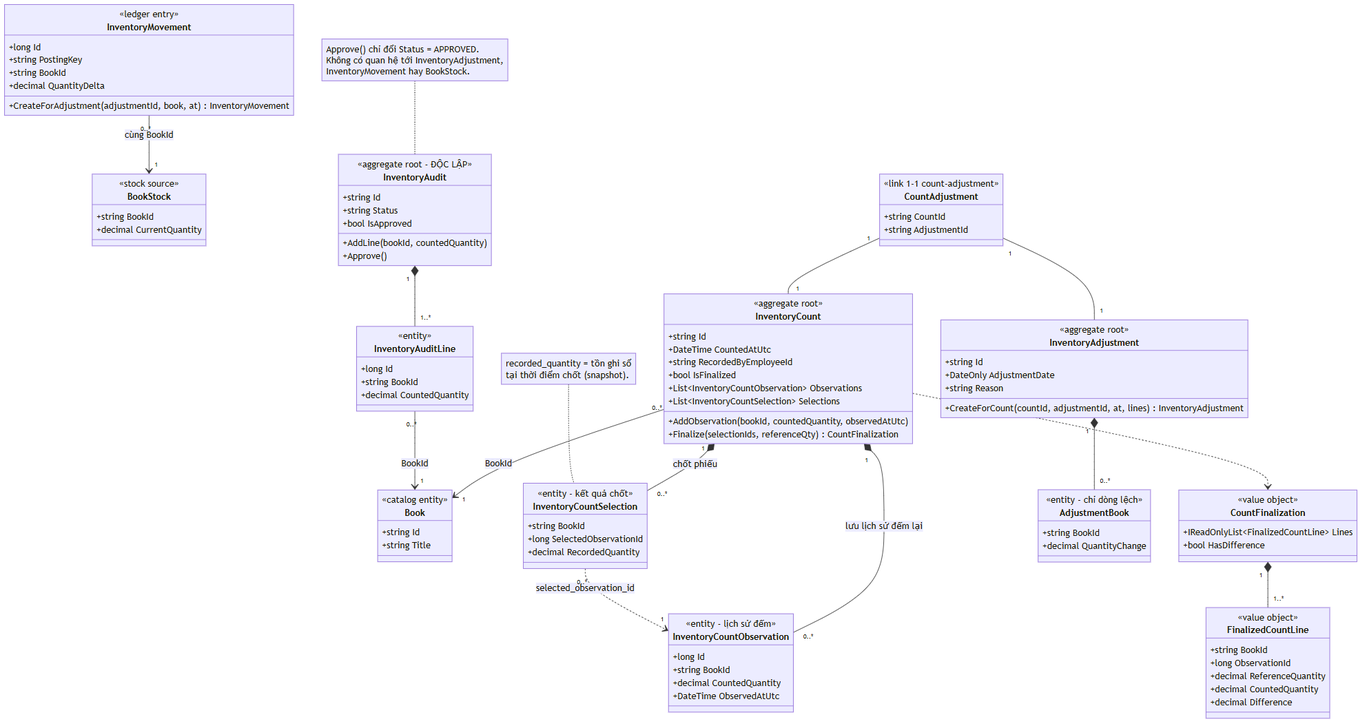
Above: docs/diagrams/kiet-class-domain.png in swd392-group-1/swd392-sales-management-system (Mermaid), before the change. Its source is kept beside it as docs/diagrams/kiet-class-domain.mmd. Source of this version:
```mermaid
classDiagram
    direction TB

    class Book {
        <<catalog entity>>
        +string Id
        +string Title
    }

    class BookStock {
        <<stock source>>
        +string BookId
        +decimal CurrentQuantity
    }

    class InventoryCount {
        <<aggregate root>>
        +string Id
        +DateTime CountedAtUtc
        +string RecordedByEmployeeId
        +bool IsFinalized
        +List~InventoryCountObservation~ Observations
        +List~InventoryCountSelection~ Selections
        +AddObservation(bookId, countedQuantity, observedAtUtc)
        +Finalize(selectionIds, referenceQty) CountFinalization
    }

    class InventoryCountObservation {
        <<entity - lịch sử đếm>>
        +long Id
        +string BookId
        +decimal CountedQuantity
        +DateTime ObservedAtUtc
    }

    class InventoryCountSelection {
        <<entity - kết quả chốt>>
        +string BookId
        +long SelectedObservationId
        +decimal RecordedQuantity
    }

    class CountFinalization {
        <<value object>>
        +IReadOnlyList~FinalizedCountLine~ Lines
        +bool HasDifference
    }

    class FinalizedCountLine {
        <<value object>>
        +string BookId
        +long ObservationId
        +decimal ReferenceQuantity
        +decimal CountedQuantity
        +decimal Difference
    }

    class InventoryAdjustment {
        <<aggregate root>>
        +string Id
        +DateOnly AdjustmentDate
        +string Reason
        +CreateForCount(countId, adjustmentId, at, lines) InventoryAdjustment
    }

    class AdjustmentBook {
        <<entity - chỉ dòng lệch>>
        +string BookId
        +decimal QuantityChange
    }

    class CountAdjustment {
        <<link 1-1 count-adjustment>>
        +string CountId
        +string AdjustmentId
    }

    class InventoryMovement {
        <<ledger entry>>
        +long Id
        +string PostingKey
        +string BookId
        +decimal QuantityDelta
        +CreateForAdjustment(adjustmentId, book, at) InventoryMovement
    }

    class InventoryAudit {
        <<aggregate root - ĐỘC LẬP>>
        +string Id
        +string Status
        +bool IsApproved
        +AddLine(bookId, countedQuantity)
        +Approve()
    }

    class InventoryAuditLine {
        <<entity>>
        +long Id
        +string BookId
        +decimal CountedQuantity
    }

    InventoryCount "1" *-- "0..*" InventoryCountObservation : lưu lịch sử đếm lại
    InventoryCount "1" *-- "0..*" InventoryCountSelection : chốt phiếu
    InventoryCountSelection "0..*" ..> "1" InventoryCountObservation : selected_observation_id
    InventoryCount ..> CountFinalization
    CountFinalization "1" *-- "1..*" FinalizedCountLine
    InventoryAdjustment "1" *-- "0..*" AdjustmentBook
    CountAdjustment "1" -- "1" InventoryCount
    CountAdjustment "1" -- "1" InventoryAdjustment
    InventoryAudit "1" *-- "1..*" InventoryAuditLine
    InventoryCount "0..*" --> "1" Book : BookId
    InventoryAuditLine "0..*" --> "1" Book : BookId
    InventoryMovement "0..*" --> "1" BookStock : cùng BookId

    note for InventoryAudit "Approve() chỉ đổi Status = APPROVED.\nKhông có quan hệ tới InventoryAdjustment,\nInventoryMovement hay BookStock."
    note for InventoryCountSelection "recorded_quantity = tồn ghi sổ\ntại thời điểm chốt (snapshot)."
```
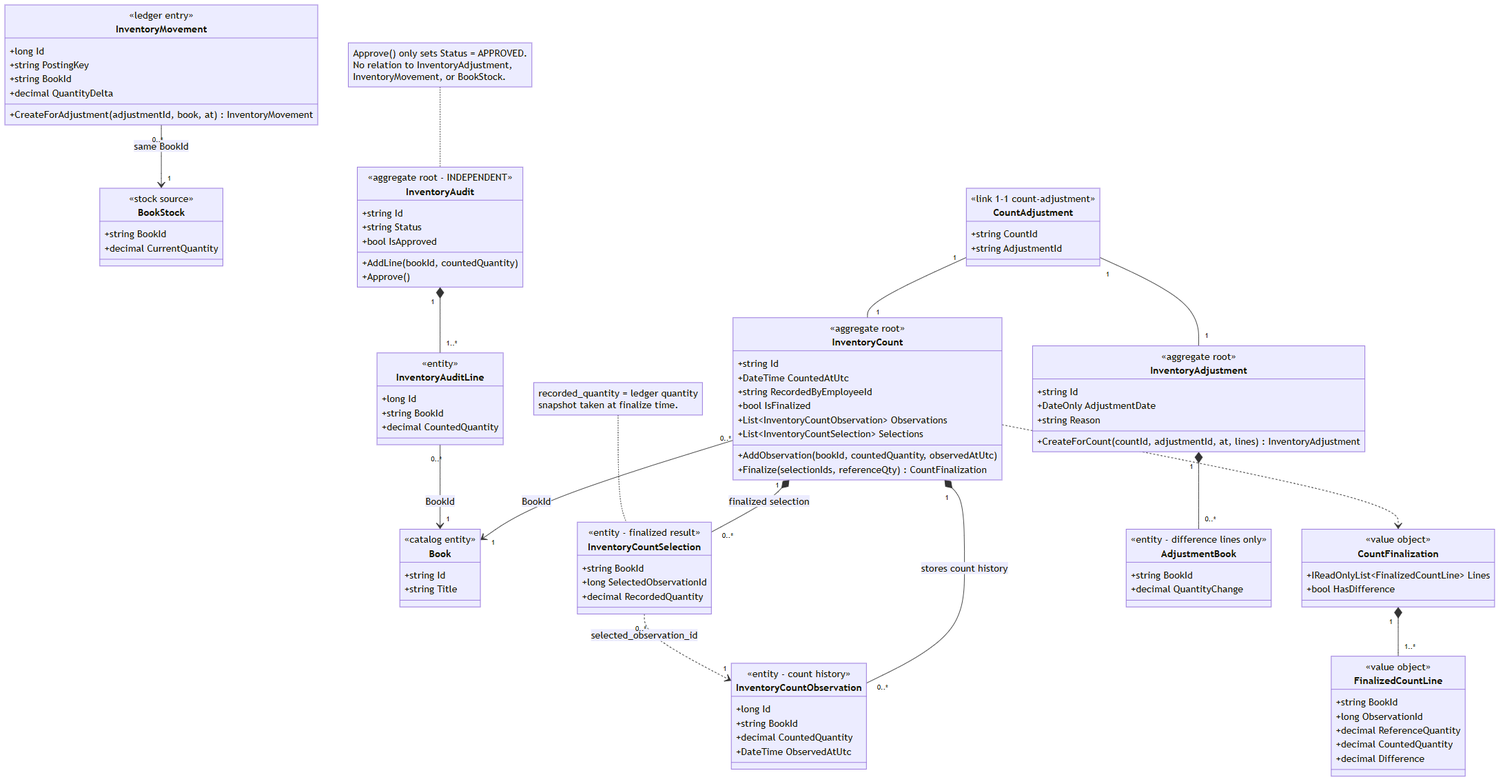
The same diagram one commit later.

What changed in the source:
```diff
@@ -26,7 +26,7 @@
     }
 
     class InventoryCountObservation {
-        <<entity - lịch sử đếm>>
+        <<entity - count history>>
         +long Id
         +string BookId
         +decimal CountedQuantity
@@ -34,7 +34,7 @@
     }
 
     class InventoryCountSelection {
-        <<entity - kết quả chốt>>
+        <<entity - finalized result>>
         +string BookId
         +long SelectedObservationId
         +decimal RecordedQuantity
@@ -64,7 +64,7 @@
     }
 
     class AdjustmentBook {
-        <<entity - chỉ dòng lệch>>
+        <<entity - difference lines only>>
         +string BookId
         +decimal QuantityChange
     }
@@ -85,7 +85,7 @@
     }
 
     class InventoryAudit {
-        <<aggregate root - ĐỘC LẬP>>
+        <<aggregate root - INDEPENDENT>>
         +string Id
         +string Status
         +bool IsApproved
@@ -100,8 +100,8 @@
         +decimal CountedQuantity
     }
 
-    InventoryCount "1" *-- "0..*" InventoryCountObservation : lưu lịch sử đếm lại
-    InventoryCount "1" *-- "0..*" InventoryCountSelection : chốt phiếu
+    InventoryCount "1" *-- "0..*" InventoryCountObservation : stores count history
+    InventoryCount "1" *-- "0..*" InventoryCountSelection : finalized selection
     InventoryCountSelection "0..*" ..> "1" InventoryCountObservation : selected_observation_id
     InventoryCount ..> CountFinalization
     CountFinalization "1" *-- "1..*" FinalizedCountLine
@@ -111,7 +111,7 @@
     InventoryAudit "1" *-- "1..*" InventoryAuditLine
     InventoryCount "0..*" --> "1" Book : BookId
     InventoryAuditLine "0..*" --> "1" Book : BookId
-    InventoryMovement "0..*" --> "1" BookStock : cùng BookId
+    InventoryMovement "0..*" --> "1" BookStock : same BookId
 
-    note for InventoryAudit "Approve() chỉ đổi Status = APPROVED.\nKhông có quan hệ tới InventoryAdjustment,\nInventoryMovement hay BookStock."
-    note for InventoryCountSelection "recorded_quantity = tồn ghi sổ\ntại thời điểm chốt (snapshot)."
+    note for InventoryAudit "Approve() only sets Status = APPROVED.\nNo relation to InventoryAdjustment,\nInventoryMovement, or BookStock."
+    note for InventoryCountSelection "recorded_quantity = ledger quantity\nsnapshot taken at finalize time."
```
